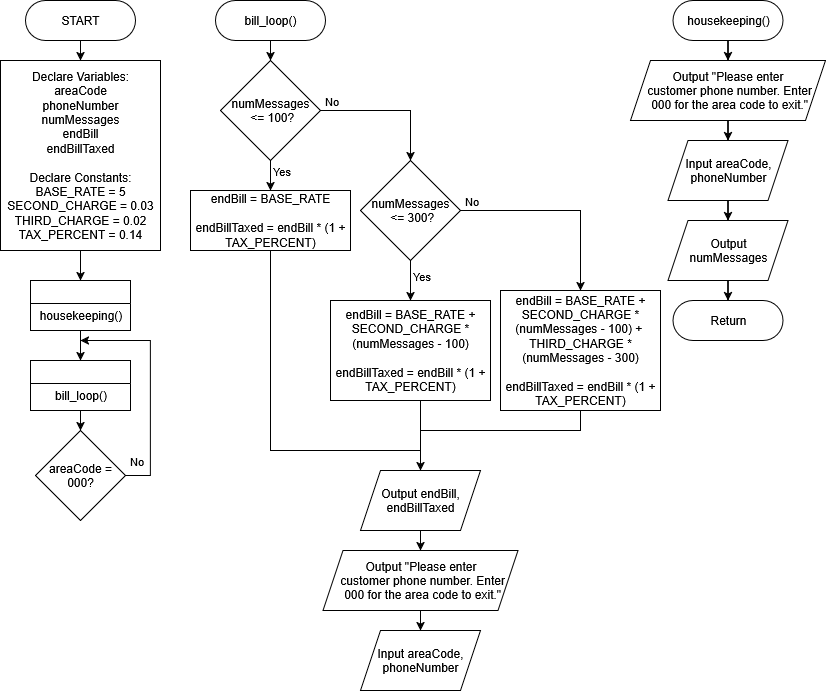
Earlier version of the draw.io export Module 6 - Exercise 1 - Connor Bowles.drawio.png (CBowles10/SDEV_120_FALL2025_CBOWLES). Source tidied: cells renumbered, new cells last; positions are measured from the earlier drawing's top-left corner, leaving out a move shared by most shapes.
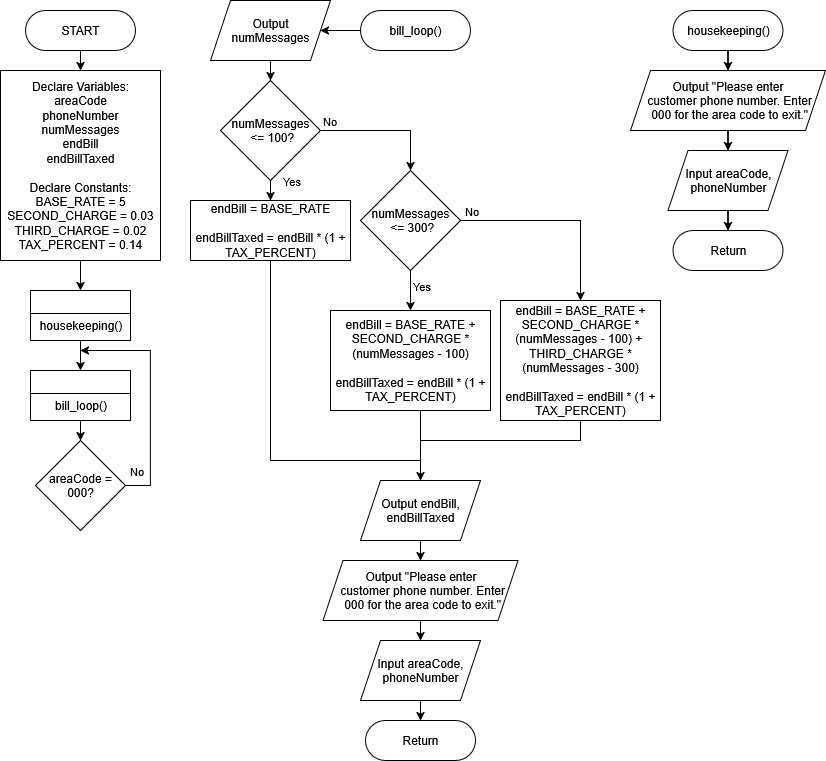
Later version of the same file.

Diff of the diagram source:
```diff
@@ -26,14 +26,14 @@
     <mxCell id="9" value="Output &quot;Please enter&lt;br&gt;&amp;nbsp;customer phone number. Enter&lt;br&gt;&amp;nbsp;000 for the area code to exit.&quot;" style="shape=parallelogram;perimeter=parallelogramPerimeter;whiteSpace=wrap;html=1;fixedSize=1;" parent="1" vertex="1">
       <mxGeometry x="630" y="60" width="195" height="60" as="geometry" />
     </mxCell>
-    <mxCell id="10" style="edgeStyle=orthogonalEdgeStyle;rounded=0;jettySize=auto;html=1;" parent="1" edge="1" source="11" target="16">
+    <mxCell id="10" style="edgeStyle=orthogonalEdgeStyle;rounded=0;jettySize=auto;html=1;entryX=0.5;entryY=0;entryDx=0;entryDy=0;" parent="1" edge="1" source="11" target="12">
       <mxGeometry relative="1" as="geometry" />
     </mxCell>
     <mxCell id="11" value="Input areaCode, phoneNumber" style="shape=parallelogram;perimeter=parallelogramPerimeter;whiteSpace=wrap;html=1;fixedSize=1;" parent="1" vertex="1">
       <mxGeometry x="667.5" y="140" width="120" height="60" as="geometry" />
     </mxCell>
     <mxCell id="12" value="Return" style="rounded=1;whiteSpace=wrap;html=1;arcSize=50;" parent="1" vertex="1">
-      <mxGeometry x="672.5" y="300" width="110" height="40" as="geometry" />
+      <mxGeometry x="672.5" y="220" width="110" height="40" as="geometry" />
     </mxCell>
     <mxCell id="13" style="edgeStyle=orthogonalEdgeStyle;rounded=0;jettySize=auto;html=1;" parent="1" edge="1" source="14" target="3">
       <mxGeometry relative="1" as="geometry" />
@@ -41,12 +41,6 @@
     <mxCell id="14" value="START" style="rounded=1;whiteSpace=wrap;html=1;arcSize=50;" parent="1" vertex="1">
       <mxGeometry x="25" width="110" height="40" as="geometry" />
     </mxCell>
-    <mxCell id="15" style="edgeStyle=orthogonalEdgeStyle;rounded=0;jettySize=auto;html=1;" parent="1" edge="1" source="16" target="12">
-      <mxGeometry relative="1" as="geometry" />
-    </mxCell>
-    <mxCell id="16" value="Output&lt;br&gt;numMessages" style="shape=parallelogram;perimeter=parallelogramPerimeter;whiteSpace=wrap;html=1;fixedSize=1;" parent="1" vertex="1">
-      <mxGeometry x="667.5" y="220" width="120" height="60" as="geometry" />
-    </mxCell>
     <mxCell id="17" style="edgeStyle=orthogonalEdgeStyle;rounded=0;jettySize=auto;html=1;exitX=0.5;exitY=1;exitDx=0;exitDy=0;entryX=0.5;entryY=0;entryDx=0;entryDy=0;" parent="1" edge="1" source="18" target="23">
       <mxGeometry relative="1" as="geometry" />
     </mxCell>
@@ -91,17 +85,17 @@
     </mxCell>
     <mxCell id="27" value="Yes" style="edgeLabel;html=1;align=center;verticalAlign=middle;" parent="26" vertex="1">
       <mxGeometry x="-0.61" y="1" relative="1" as="geometry">
-        <mxPoint x="9" as="offset" />
+        <mxPoint x="19" y="-12" as="offset" />
       </mxGeometry>
     </mxCell>
     <mxCell id="28" value="numMessages&lt;br&gt;&amp;nbsp;&amp;lt;= 100?" style="rhombus;whiteSpace=wrap;html=1;" parent="1" vertex="1">
-      <mxGeometry x="220" y="60" width="100" height="100" as="geometry" />
+      <mxGeometry x="220" y="70" width="100" height="100" as="geometry" />
     </mxCell>
-    <mxCell id="29" style="edgeStyle=orthogonalEdgeStyle;rounded=0;jettySize=auto;html=1;exitX=0.5;exitY=1;exitDx=0;exitDy=0;entryX=0.5;entryY=0;entryDx=0;entryDy=0;" parent="1" edge="1" source="30" target="28">
-      <mxGeometry relative="1" as="geometry" />
-    </mxCell>
+    <mxCell id="47" style="edgeStyle=orthogonalEdgeStyle;rounded=0;jettySize=auto;html=1;" parent="1" edge="1" source="30" target="16">
+      <mxGeometry relative="1" as="geometry" />
+    </mxCell>
     <mxCell id="30" value="bill_loop()" style="rounded=1;whiteSpace=wrap;html=1;arcSize=50;" parent="1" vertex="1">
-      <mxGeometry x="215" width="110" height="40" as="geometry" />
+      <mxGeometry x="360" width="110" height="40" as="geometry" />
     </mxCell>
     <mxCell id="31" style="edgeStyle=orthogonalEdgeStyle;rounded=0;jettySize=auto;html=1;exitX=1;exitY=0.5;exitDx=0;exitDy=0;entryX=0.5;entryY=0;entryDx=0;entryDy=0;" parent="1" edge="1" source="35" target="37">
       <mxGeometry relative="1" as="geometry" />
@@ -161,8 +155,20 @@
     <mxCell id="45" value="Output &quot;Please enter&lt;br&gt;&amp;nbsp;customer phone number. Enter&lt;br&gt;&amp;nbsp;000 for the area code to exit.&quot;" style="shape=parallelogram;perimeter=parallelogramPerimeter;whiteSpace=wrap;html=1;fixedSize=1;" parent="1" vertex="1">
       <mxGeometry x="322.5" y="550" width="195" height="60" as="geometry" />
     </mxCell>
+    <mxCell id="48" style="edgeStyle=orthogonalEdgeStyle;rounded=0;jettySize=auto;html=1;" parent="1" edge="1" source="46" target="50">
+      <mxGeometry relative="1" as="geometry" />
+    </mxCell>
     <mxCell id="46" value="Input areaCode, phoneNumber" style="shape=parallelogram;perimeter=parallelogramPerimeter;whiteSpace=wrap;html=1;fixedSize=1;" parent="1" vertex="1">
       <mxGeometry x="360" y="630" width="120" height="60" as="geometry" />
     </mxCell>
+    <mxCell id="49" style="edgeStyle=orthogonalEdgeStyle;rounded=0;jettySize=auto;html=1;" parent="1" edge="1" source="16" target="28">
+      <mxGeometry relative="1" as="geometry" />
+    </mxCell>
+    <mxCell id="16" value="Output&lt;br&gt;numMessages" style="shape=parallelogram;perimeter=parallelogramPerimeter;whiteSpace=wrap;html=1;fixedSize=1;" parent="1" vertex="1">
+      <mxGeometry x="210" y="-10" width="120" height="60" as="geometry" />
+    </mxCell>
+    <mxCell id="50" value="Return" style="rounded=1;whiteSpace=wrap;html=1;arcSize=50;" parent="1" vertex="1">
+      <mxGeometry x="365" y="710" width="110" height="40" as="geometry" />
+    </mxCell>
   </root>
 </mxGraphModel>
```
